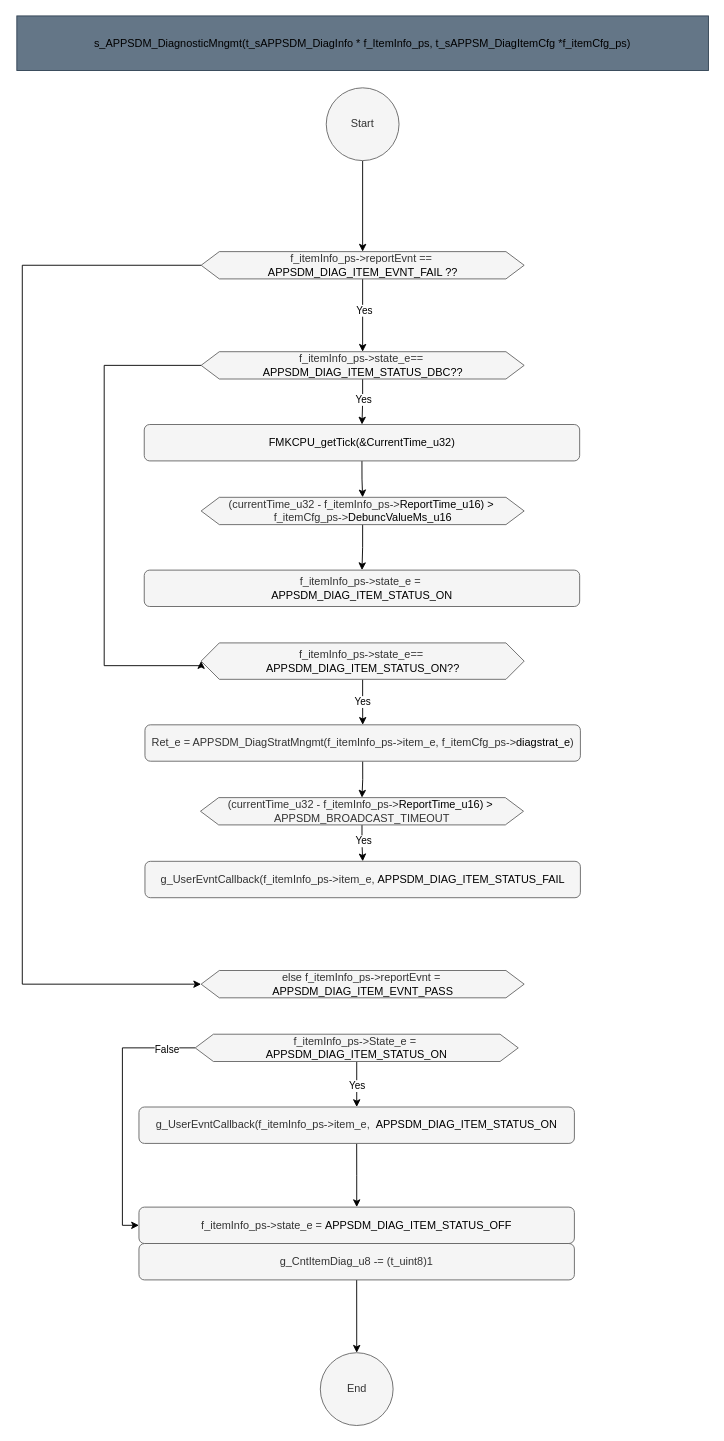
Above: page "sDiagnosticMngmt" (8 of 10) of Doc/Design/SystemDiagnosticMngmt.drawio in mbarbeau0545/APPSDM (draw.io), before the change. Source tidied: cells renumbered, new cells numbered last; positions are measured from the earlier drawing's top-left corner, leaving out a move shared by most shapes. Both pictures are drawn from the tidied source at 91%, with x=0, y=0 at pixel (16, 15).
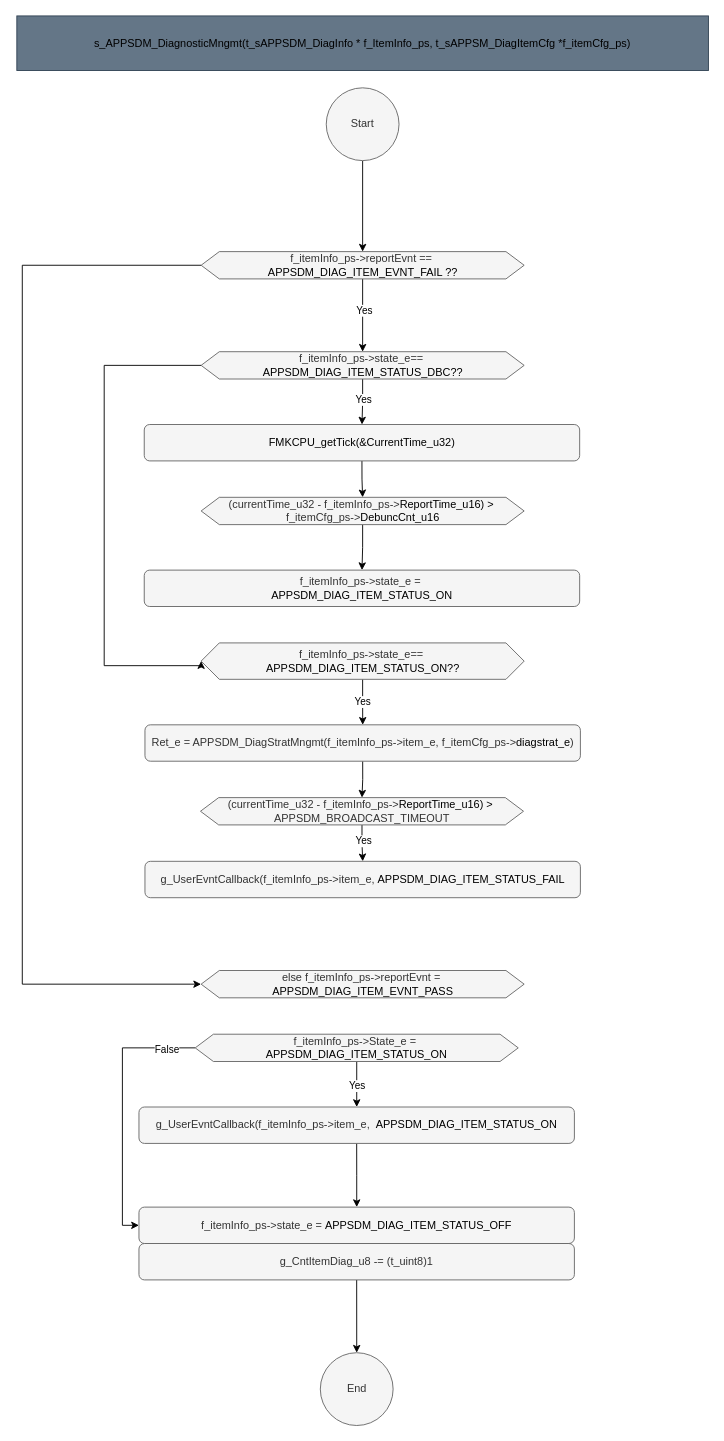
After the change.

Change to the diagram source:
```diff
@@
-    <mxCell id="16" value="(currentTime_u32 - f_itemInfo_ps-&amp;gt;&lt;span style=&quot;color: rgb(0, 0, 0);&quot;&gt;ReportTime_u16) &amp;gt;&lt;/span&gt;&lt;span style=&quot;background-color: initial;&quot;&gt;&amp;nbsp;&lt;/span&gt;&lt;div&gt;f_itemCfg_ps-&amp;gt;&lt;span style=&quot;color: rgb(0, 0, 0); background-color: initial;&quot;&gt;DebuncValueMs_u16&lt;/span&gt;&lt;/div&gt;" style="shape=hexagon;perimeter=hexagonPerimeter2;whiteSpace=wrap;html=1;fixedSize=1;fillColor=#f5f5f5;fontColor=#333333;strokeColor=#666666;" parent="1" vertex="1">
+    <mxCell id="16" value="(currentTime_u32 - f_itemInfo_ps-&amp;gt;&lt;span style=&quot;color: rgb(0, 0, 0);&quot;&gt;ReportTime_u16) &amp;gt;&lt;/span&gt;&lt;span style=&quot;background-color: initial;&quot;&gt;&amp;nbsp;&lt;/span&gt;&lt;div&gt;f_itemCfg_ps-&amp;gt;&lt;span style=&quot;color: rgb(0, 0, 0); background-color: initial;&quot;&gt;DebuncCnt_u16&lt;/span&gt;&lt;/div&gt;" style="shape=hexagon;perimeter=hexagonPerimeter2;whiteSpace=wrap;html=1;fixedSize=1;fillColor=#f5f5f5;fontColor=#333333;strokeColor=#666666;" parent="1" vertex="1">
       <mxGeometry x="202.5" y="529" width="355" height="30" as="geometry" />
     </mxCell>
```
